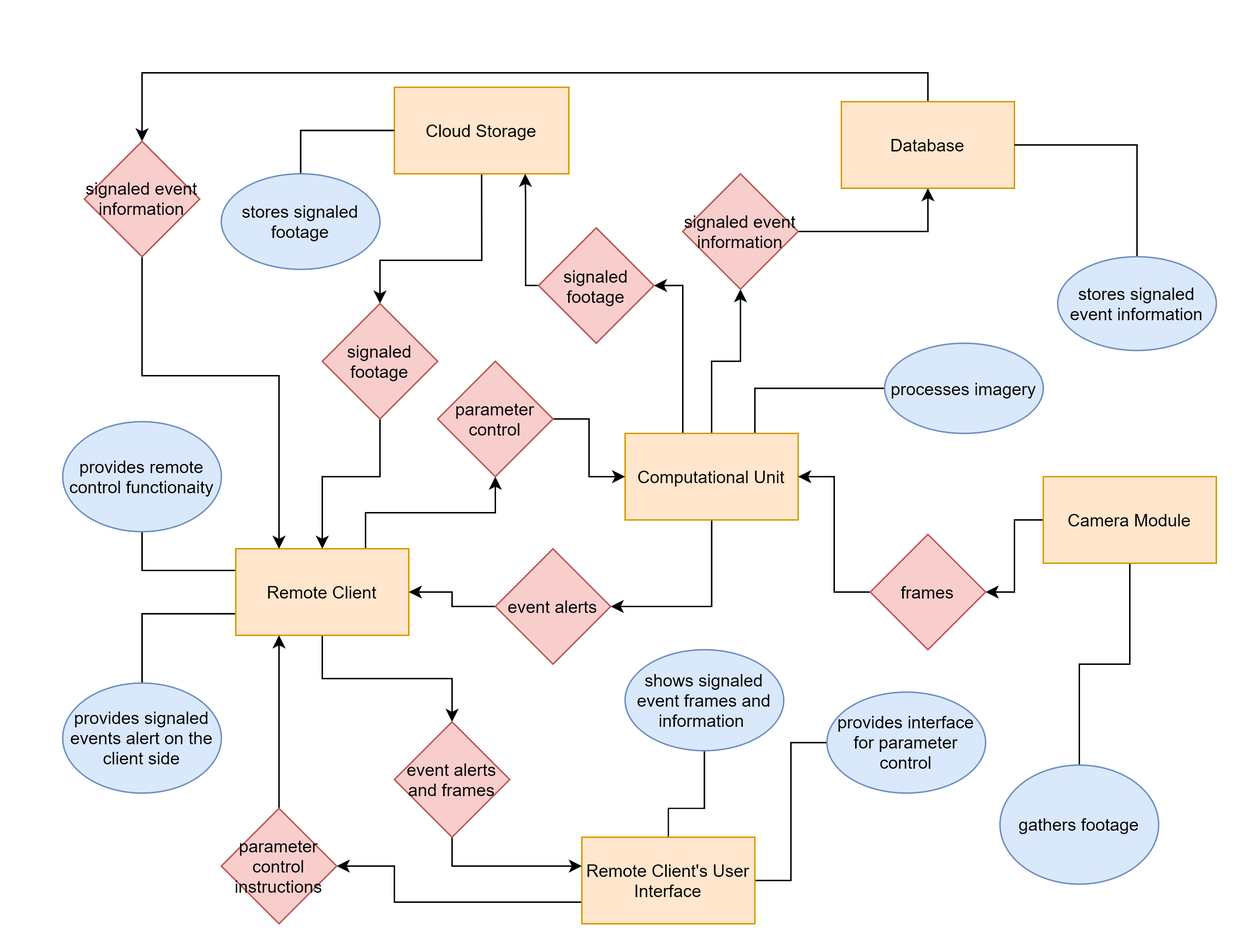
esrg-silent-howl/argos keeps this draw.io diagram as 1. Introduction/1. Problem Statement/problem_statement.png. Above is the earlier version. Source tidied: cells renumbered, new cells last; positions are measured from the earlier drawing's top-left corner, leaving out a move shared by most shapes.
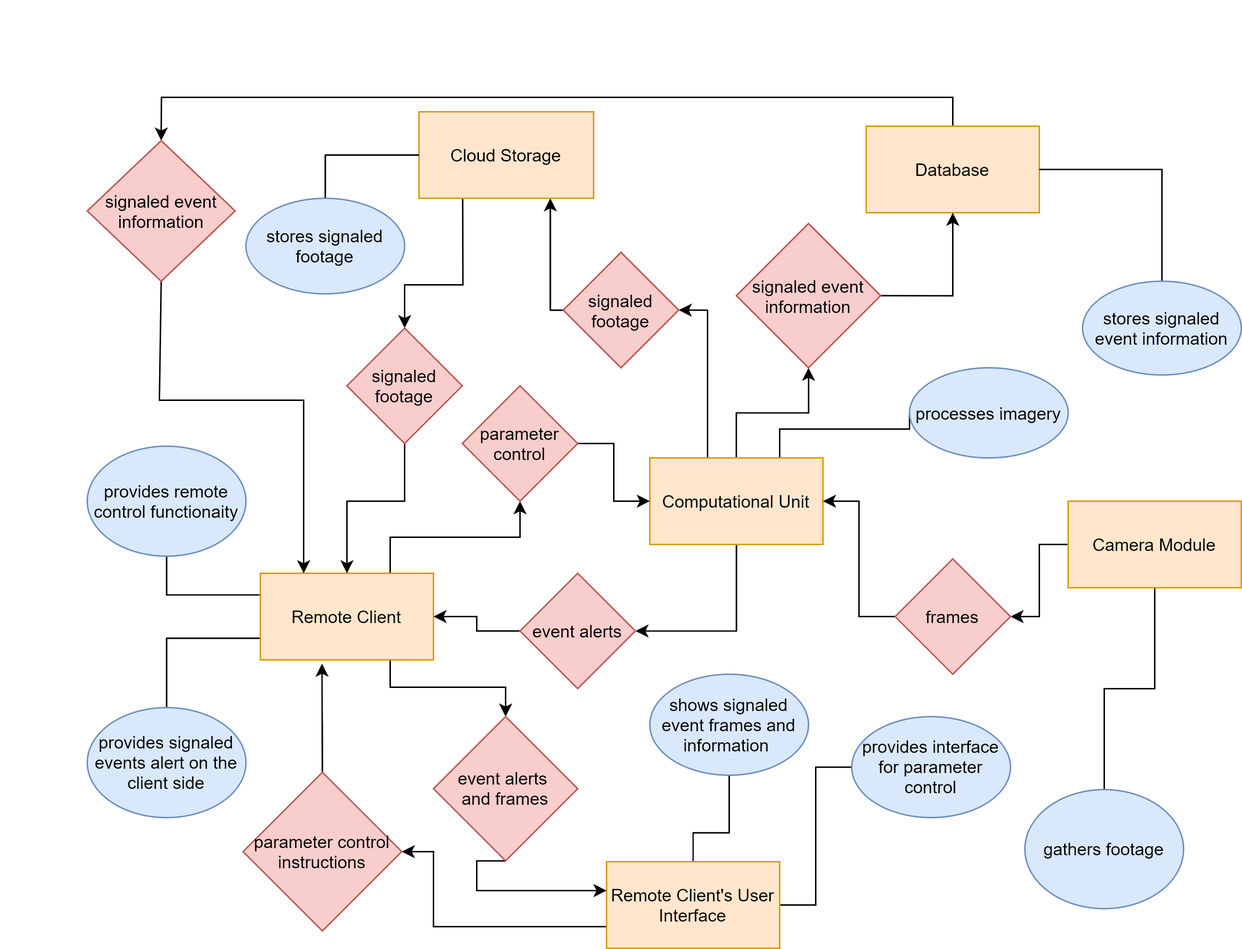
The same diagram one commit later.

Commit message:
UPDT: Problem Statement Analysis - schematic reworked

The edit, as a diff of the source:
```diff
@@ -3,7 +3,12 @@
     <mxCell id="0" />
     <mxCell id="1" parent="0" />
     <mxCell id="2" style="rounded=0;jettySize=auto;html=1;exitX=0.75;exitY=0;exitDx=0;exitDy=0;entryX=0;entryY=0.5;entryDx=0;entryDy=0;endArrow=none;endFill=0;edgeStyle=orthogonalEdgeStyle;" parent="1" edge="1" source="6" target="27">
-      <mxGeometry relative="1" as="geometry" />
+      <mxGeometry relative="1" as="geometry">
+        <Array as="points">
+          <mxPoint x="480" y="220" />
+          <mxPoint x="570" y="220" />
+        </Array>
+      </mxGeometry>
     </mxCell>
     <mxCell id="3" style="rounded=0;jettySize=auto;html=1;entryX=1;entryY=0.5;entryDx=0;entryDy=0;edgeStyle=orthogonalEdgeStyle;" parent="1" edge="1" source="6" target="26">
       <mxGeometry relative="1" as="geometry">
@@ -29,8 +34,13 @@
     <mxCell id="7" style="rounded=0;jettySize=auto;html=1;entryX=0.5;entryY=1;entryDx=0;entryDy=0;exitX=0.75;exitY=0;exitDx=0;exitDy=0;edgeStyle=orthogonalEdgeStyle;" parent="1" edge="1" source="11" target="29">
       <mxGeometry relative="1" as="geometry" />
     </mxCell>
-    <mxCell id="8" style="rounded=0;jettySize=auto;html=1;entryX=0.5;entryY=0;entryDx=0;entryDy=0;endArrow=classic;endFill=1;edgeStyle=orthogonalEdgeStyle;" parent="1" edge="1" source="11" target="38">
-      <mxGeometry relative="1" as="geometry" />
+    <mxCell id="8" style="rounded=0;jettySize=auto;html=1;entryX=0.5;entryY=0;entryDx=0;entryDy=0;endArrow=classic;endFill=1;edgeStyle=orthogonalEdgeStyle;exitX=0.75;exitY=1;exitDx=0;exitDy=0;" parent="1" edge="1" source="11" target="38">
+      <mxGeometry relative="1" as="geometry">
+        <Array as="points">
+          <mxPoint x="210" y="399" />
+          <mxPoint x="290" y="399" />
+        </Array>
+      </mxGeometry>
     </mxCell>
     <mxCell id="9" style="rounded=0;jettySize=auto;html=1;exitX=0;exitY=0.25;exitDx=0;exitDy=0;entryX=0.5;entryY=1;entryDx=0;entryDy=0;endArrow=none;endFill=0;edgeStyle=orthogonalEdgeStyle;" parent="1" edge="1" source="11" target="44">
       <mxGeometry relative="1" as="geometry">
@@ -54,10 +64,10 @@
     <mxCell id="14" value="Camera Module" style="rounded=0;whiteSpace=wrap;html=1;fillColor=#ffe6cc;strokeColor=#d79b00;" parent="1" vertex="1">
       <mxGeometry x="680" y="270" width="120" height="60" as="geometry" />
     </mxCell>
-    <mxCell id="15" style="rounded=0;jettySize=auto;html=1;exitX=0.5;exitY=1;exitDx=0;exitDy=0;entryX=0.5;entryY=0;entryDx=0;entryDy=0;edgeStyle=orthogonalEdgeStyle;" parent="1" edge="1" source="16" target="50">
+    <mxCell id="15" style="rounded=0;jettySize=auto;html=1;exitX=0.25;exitY=1;exitDx=0;exitDy=0;entryX=0.5;entryY=0;entryDx=0;entryDy=0;edgeStyle=orthogonalEdgeStyle;" parent="1" edge="1" source="16" target="50">
       <mxGeometry relative="1" as="geometry">
         <Array as="points">
-          <mxPoint x="291" y="120" />
+          <mxPoint x="260" y="120" />
           <mxPoint x="220" y="120" />
         </Array>
       </mxGeometry>
@@ -85,8 +95,8 @@
     <mxCell id="21" style="rounded=0;jettySize=auto;html=1;entryX=1;entryY=0.5;entryDx=0;entryDy=0;endArrow=classic;endFill=1;edgeStyle=orthogonalEdgeStyle;exitX=0;exitY=0.75;exitDx=0;exitDy=0;" parent="1" edge="1" source="22" target="42">
       <mxGeometry relative="1" as="geometry">
         <Array as="points">
-          <mxPoint x="230" y="565" />
-          <mxPoint x="230" y="540" />
+          <mxPoint x="240" y="565" />
+          <mxPoint x="240" y="513" />
         </Array>
       </mxGeometry>
     </mxCell>
@@ -114,11 +124,11 @@
     <mxCell id="29" value="parameter&lt;br&gt;control" style="rhombus;whiteSpace=wrap;html=1;fillColor=#f8cecc;strokeColor=#b85450;" parent="1" vertex="1">
       <mxGeometry x="260" y="190" width="80" height="80" as="geometry" />
     </mxCell>
-    <mxCell id="30" style="rounded=0;jettySize=auto;html=1;entryX=0.75;entryY=1;entryDx=0;entryDy=0;edgeStyle=orthogonalEdgeStyle;" parent="1" edge="1" source="31" target="16">
+    <mxCell id="30" style="rounded=0;jettySize=auto;html=1;edgeStyle=orthogonalEdgeStyle;" parent="1" edge="1" source="31">
       <mxGeometry relative="1" as="geometry">
+        <mxPoint x="321" y="60" as="targetPoint" />
         <Array as="points">
-          <mxPoint x="321" y="80" />
-          <mxPoint x="321" y="80" />
+          <mxPoint x="321" y="137" />
         </Array>
       </mxGeometry>
     </mxCell>
@@ -142,7 +152,7 @@
       <mxGeometry relative="1" as="geometry" />
     </mxCell>
     <mxCell id="36" value="signaled event information" style="rhombus;whiteSpace=wrap;html=1;fillColor=#f8cecc;strokeColor=#b85450;" parent="1" vertex="1">
-      <mxGeometry x="430" y="60" width="80" height="80" as="geometry" />
+      <mxGeometry x="450" y="77.5" width="100" height="100" as="geometry" />
     </mxCell>
     <mxCell id="37" style="rounded=0;jettySize=auto;html=1;exitX=0.5;exitY=1;exitDx=0;exitDy=0;endArrow=classic;endFill=1;edgeStyle=orthogonalEdgeStyle;" parent="1" edge="1" source="38">
       <mxGeometry relative="1" as="geometry">
@@ -152,8 +162,8 @@
         </Array>
       </mxGeometry>
     </mxCell>
-    <mxCell id="38" value="event alerts and frames" style="rhombus;whiteSpace=wrap;html=1;fillColor=#f8cecc;strokeColor=#b85450;" parent="1" vertex="1">
-      <mxGeometry x="230" y="440" width="80" height="80" as="geometry" />
+    <mxCell id="38" value="event alerts &lt;br&gt;and frames" style="rhombus;whiteSpace=wrap;html=1;fillColor=#f8cecc;strokeColor=#b85450;" parent="1" vertex="1">
+      <mxGeometry x="240" y="419.4" width="100" height="100" as="geometry" />
     </mxCell>
     <mxCell id="39" value="provides interface for parameter control" style="ellipse;whiteSpace=wrap;html=1;fillColor=#dae8fc;strokeColor=#6c8ebf;" parent="1" vertex="1">
       <mxGeometry x="530" y="419.4" width="110" height="70" as="geometry" />
@@ -161,11 +171,15 @@
     <mxCell id="40" value="shows signaled event frames and information&amp;nbsp;" style="ellipse;whiteSpace=wrap;html=1;fillColor=#dae8fc;strokeColor=#6c8ebf;" parent="1" vertex="1">
       <mxGeometry x="390" y="390" width="110" height="70" as="geometry" />
     </mxCell>
-    <mxCell id="41" style="rounded=0;jettySize=auto;html=1;entryX=0.25;entryY=1;entryDx=0;entryDy=0;endArrow=classic;endFill=1;edgeStyle=orthogonalEdgeStyle;" parent="1" edge="1" source="42" target="11">
-      <mxGeometry relative="1" as="geometry" />
+    <mxCell id="41" style="rounded=0;jettySize=auto;html=1;entryX=0.356;entryY=1.044;entryDx=0;entryDy=0;endArrow=classic;endFill=1;edgeStyle=orthogonalEdgeStyle;exitX=0.5;exitY=0;exitDx=0;exitDy=0;entryPerimeter=0;" parent="1" edge="1" source="42" target="11">
+      <mxGeometry relative="1" as="geometry">
+        <Array as="points">
+          <mxPoint x="163" y="455" />
+        </Array>
+      </mxGeometry>
     </mxCell>
     <mxCell id="42" value="parameter control instructions" style="rhombus;whiteSpace=wrap;html=1;fillColor=#f8cecc;strokeColor=#b85450;" parent="1" vertex="1">
-      <mxGeometry x="110" y="500" width="80" height="80" as="geometry" />
+      <mxGeometry x="108" y="458" width="110" height="110" as="geometry" />
     </mxCell>
     <mxCell id="43" value="gathers footage" style="ellipse;whiteSpace=wrap;html=1;fillColor=#dae8fc;strokeColor=#6c8ebf;" parent="1" vertex="1">
       <mxGeometry x="650" y="470" width="110" height="82.5" as="geometry" />
@@ -176,16 +190,16 @@
     <mxCell id="45" value="provides signaled events alert on the client side" style="ellipse;whiteSpace=wrap;html=1;fillColor=#dae8fc;strokeColor=#6c8ebf;" parent="1" vertex="1">
       <mxGeometry y="413.1" width="110" height="76.3" as="geometry" />
     </mxCell>
-    <mxCell id="46" style="rounded=0;jettySize=auto;html=1;entryX=0.25;entryY=0;entryDx=0;entryDy=0;edgeStyle=orthogonalEdgeStyle;" parent="1" edge="1" source="47" target="11">
+    <mxCell id="46" style="rounded=0;jettySize=auto;html=1;entryX=0.25;entryY=0;entryDx=0;entryDy=0;edgeStyle=orthogonalEdgeStyle;exitX=0.5;exitY=1;exitDx=0;exitDy=0;" parent="1" edge="1" source="47" target="11">
       <mxGeometry relative="1" as="geometry">
         <Array as="points">
-          <mxPoint x="55" y="200" />
+          <mxPoint x="50" y="200" />
           <mxPoint x="150" y="200" />
         </Array>
       </mxGeometry>
     </mxCell>
     <mxCell id="47" value="signaled event information" style="rhombus;whiteSpace=wrap;html=1;fillColor=#f8cecc;strokeColor=#b85450;" parent="1" vertex="1">
-      <mxGeometry x="15" y="37.5" width="80" height="80" as="geometry" />
+      <mxGeometry y="20" width="102.5" height="97.5" as="geometry" />
     </mxCell>
     <mxCell id="48" value="stores signaled footage" style="ellipse;whiteSpace=wrap;html=1;fillColor=#dae8fc;strokeColor=#6c8ebf;" parent="1" vertex="1">
       <mxGeometry x="110" y="60" width="110" height="66.2" as="geometry" />
```
